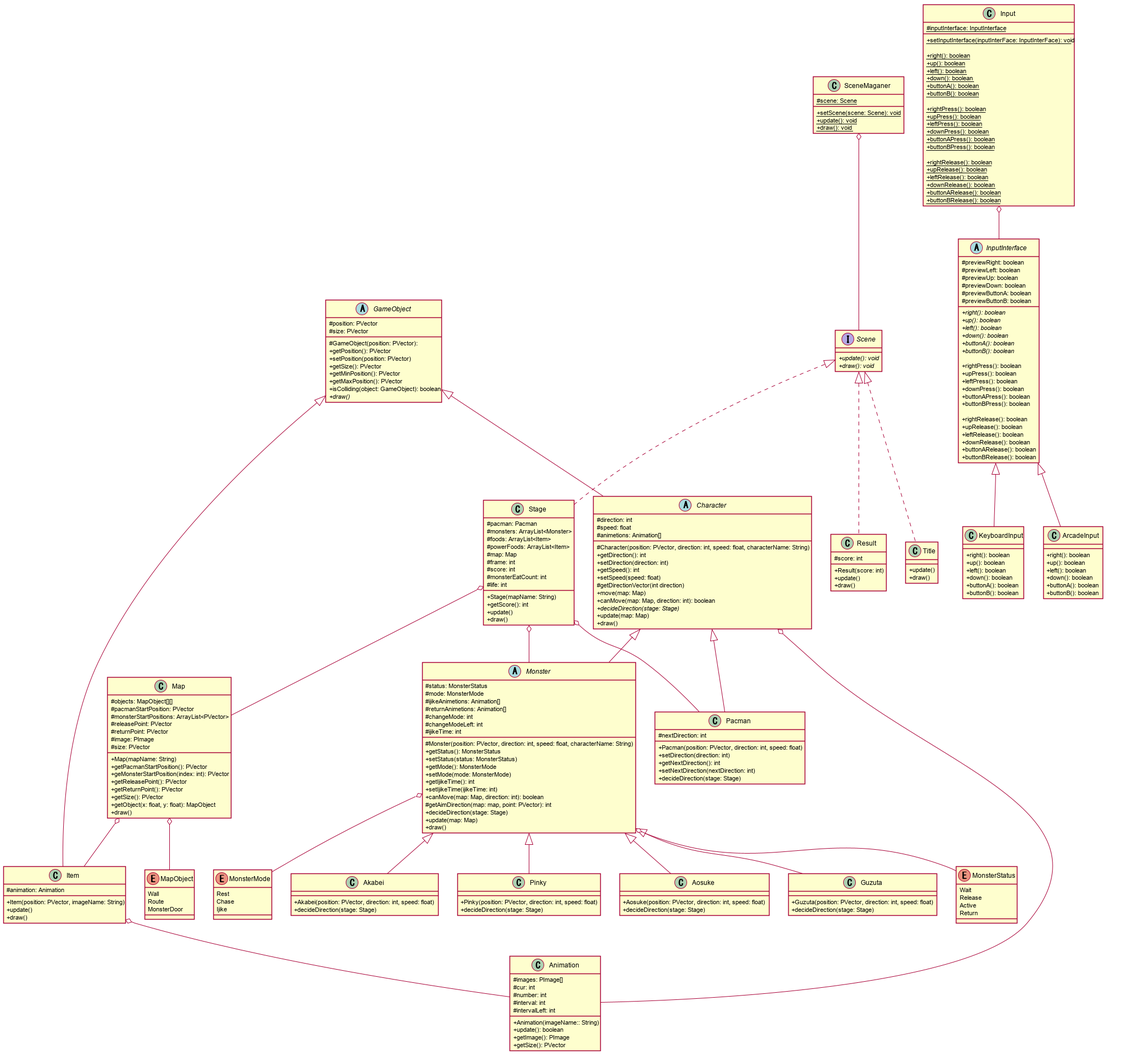
Before: UML/pacman/pacman.png, a diagram exported from PlantUML (daicho/pacman).
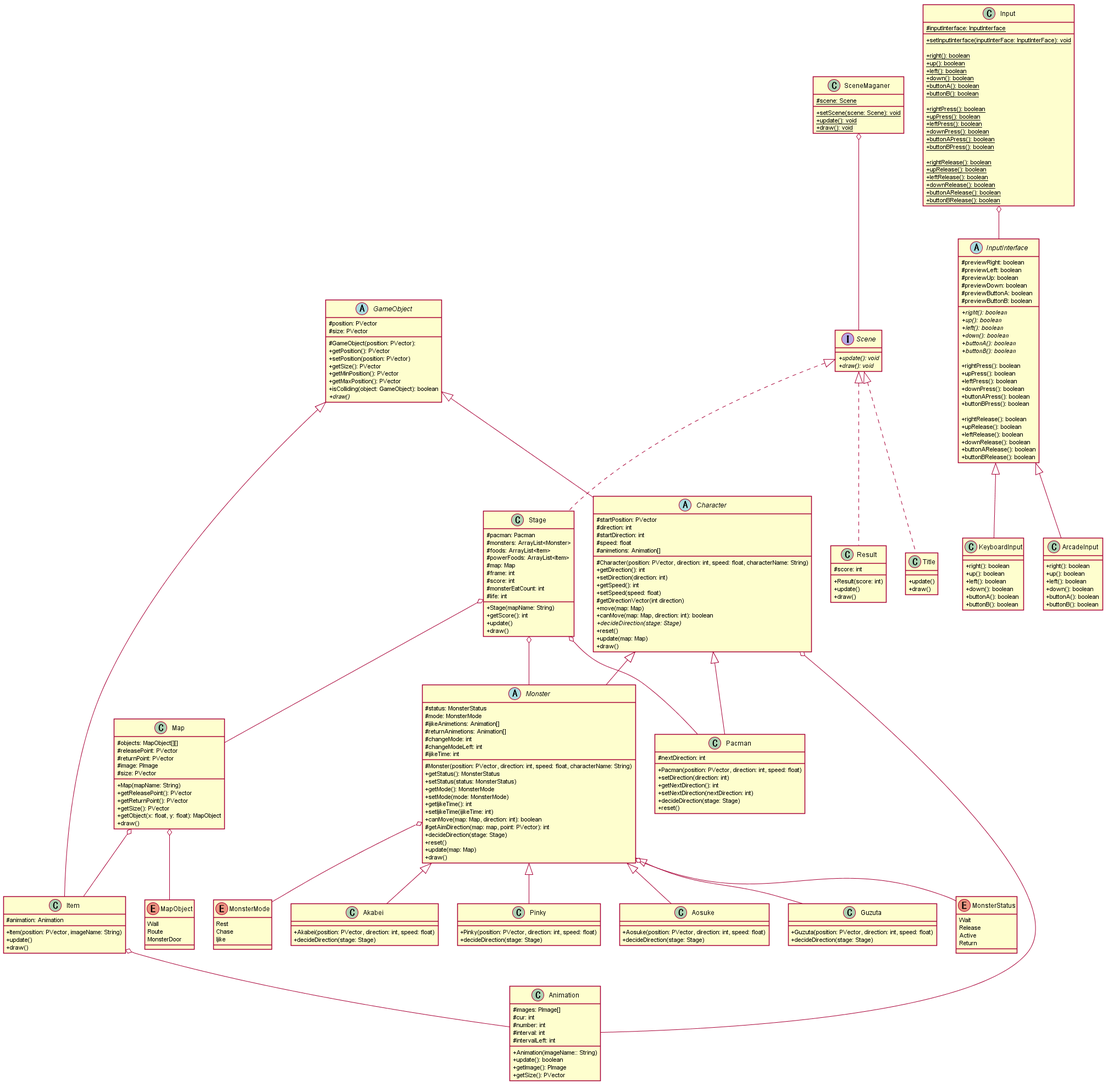
The same diagram one commit later.

What changed in the source:
```diff
@@ -50,7 +50,9 @@
 }
 
 abstract class Character {
+    # startPosition: PVector
     # direction: int
+    # startDirection: int
     # speed: float
     # animetions: Animation[]
 
@@ -63,6 +65,7 @@
     + move(map: Map)
     + canMove(map: Map, direction: int): boolean
     + {abstract} decideDirection(stage: Stage)
+    + reset()
     + update(map: Map)
     + draw()
 }
@@ -75,6 +78,7 @@
     + getNextDirection(): int
     + setNextDirection(nextDirection: int)
     + decideDirection(stage: Stage)
+    + reset()
 }
 
 abstract class Monster {
@@ -96,6 +100,7 @@
     + canMove(map: Map, direction: int): boolean
     # getAimDirection(map: map, point: PVector): int
     + decideDirection(stage: Stage)
+    + reset()
     + update(map: Map)
     + draw()
 }
@@ -135,16 +140,12 @@
 
 class Map {
     # objects: MapObject[][]
-    # pacmanStartPosition: PVector
-    # monsterStartPositions: ArrayList<PVector>
     # releasePoint: PVector
     # returnPoint: PVector
     # image: PImage
     # size: PVector
 
     + Map(mapName: String)
-    + getPacmanStartPosition(): PVector
-    + geMonsterStartPosition(index: int): PVector
     + getReleasePoint(): PVector
     + getReturnPoint(): PVector
     + getSize(): PVector
```
